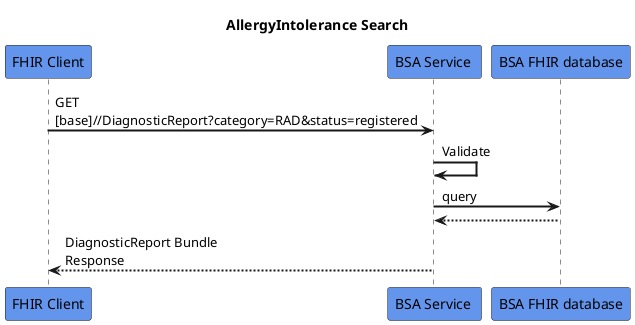
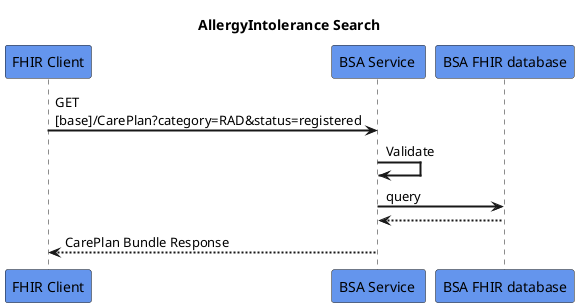
@startuml
skinparam sequenceArrowThickness 2
skinparam roundcorner 5
skinparam maxmessagesize 180
- skinparam sequenceParticipant bold
+ skinparam CarePlan bold
title  AllergyIntolerance Search
participant "FHIR Client" as A #CornflowerBlue
participant "BSA Service " as B #CornflowerBlue
participant "BSA FHIR database" as C #CornflowerBlue

- A -> B: GET [base]//DiagnosticReport?category=RAD&status=registered
+ A -> B: GET [base]/CarePlan?category=RAD&status=registered
B -> B: Validate
B -> C: query
C -[dashed]-> B:

- B -[dashed]-> A: DiagnosticReport Bundle Response
+ B -[dashed]-> A: CarePlan Bundle Response

@enduml
